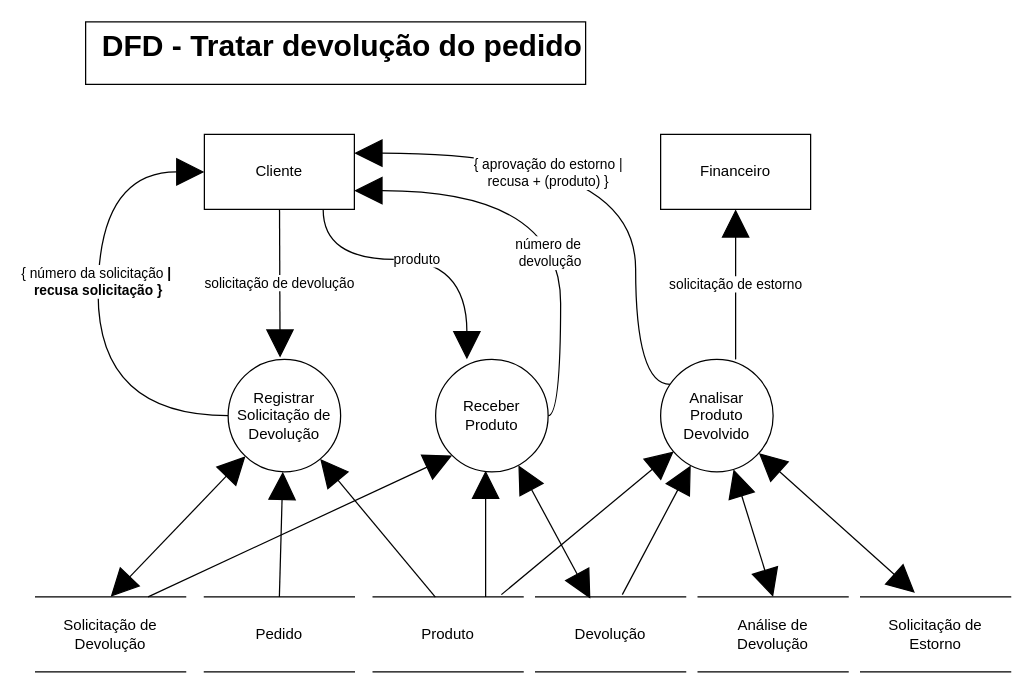
Above: Documentation/Arquivos Editaveis/DFD Tratar devolução do pedido.drawio in Systematicos/FindingApp (draw.io), before the change. Source tidied: cells renumbered, new cells numbered last; positions are measured from the earlier drawing's top-left corner, leaving out a move shared by most shapes. Both pictures are drawn from the tidied source at 125%, with x=0, y=0 at pixel (35, 21).
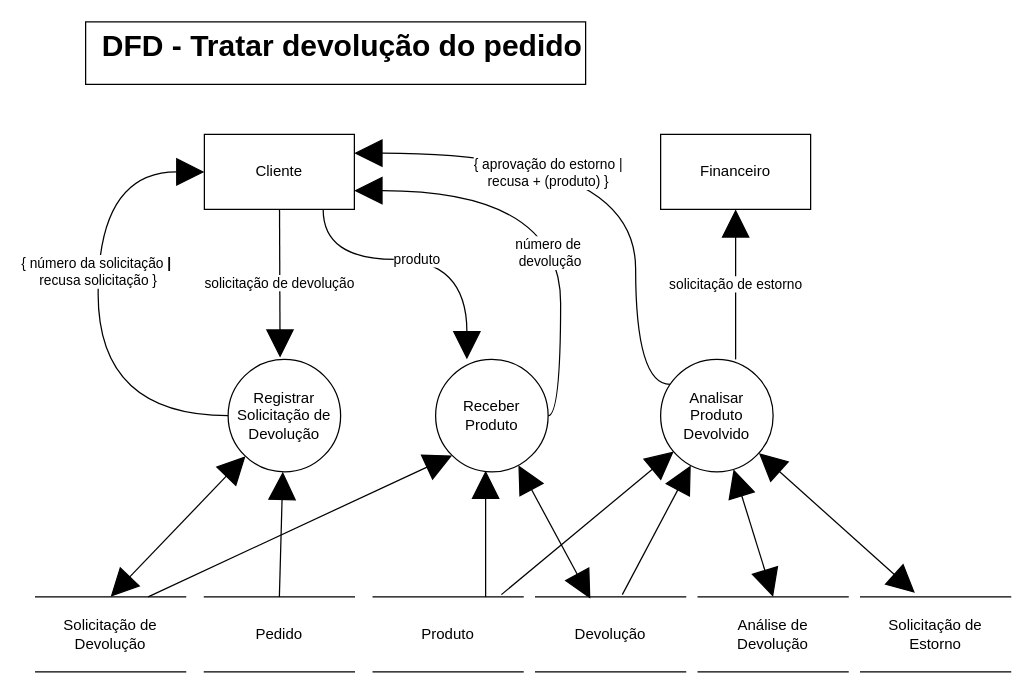
Above is the later version.

Unchanged cells that the change refers to:
```xml
<mxCell id="4" value="Produto" style="shape=partialRectangle;whiteSpace=wrap;html=1;left=0;right=0;fillColor=none;" parent="1" vertex="1">
  <mxGeometry x="270" y="460" width="120" height="60" as="geometry" />
</mxCell>
<mxCell id="10" value="Cliente" style="rounded=0;whiteSpace=wrap;html=1;" parent="1" vertex="1">
  <mxGeometry x="135" y="90" width="120" height="60" as="geometry" />
</mxCell>
<mxCell id="14" value="Registrar Solicitação de Devolução" style="ellipse;whiteSpace=wrap;html=1;fillColor=#FFFFFF;" parent="1" vertex="1">
  <mxGeometry x="154" y="270" width="90" height="90" as="geometry" />
</mxCell>
```

What changed in the source:
```diff
@@
-    <mxCell id="8" value="{ número da solicitação &lt;b&gt;|&amp;nbsp;&lt;br&gt;recusa solicitação }&lt;/b&gt;" style="edgeStyle=orthogonalEdgeStyle;rounded=0;jettySize=auto;html=1;entryX=0;entryY=0.5;entryDx=0;entryDy=0;startArrow=block;startFill=1;startSize=20;endArrow=none;endFill=0;endSize=20;curved=1;exitX=0;exitY=0.5;exitDx=0;exitDy=0;" parent="1" edge="1" source="10" target="14">
-      <mxGeometry x="-0.1" relative="1" as="geometry">
+    <mxCell id="8" value="{ número da solicitação &lt;b&gt;|&amp;nbsp;&lt;/b&gt;&lt;br&gt;recusa solicitação }" style="edgeStyle=orthogonalEdgeStyle;rounded=0;jettySize=auto;html=1;entryX=0;entryY=0.5;entryDx=0;entryDy=0;startArrow=block;startFill=1;startSize=20;endArrow=none;endFill=0;endSize=20;curved=1;exitX=0;exitY=0.5;exitDx=0;exitDy=0;" parent="1" edge="1" source="10" target="14">
+      <mxGeometry x="-0.14" relative="1" as="geometry">
         <Array as="points">
           <mxPoint x="50" y="120" />
           <mxPoint x="50" y="315" />
         </Array>
       </mxGeometry>
     </mxCell>
@@
-    <mxCell id="11" style="rounded=0;jettySize=auto;html=1;entryX=0.415;entryY=0.003;entryDx=0;entryDy=0;entryPerimeter=0;endSize=20;startSize=20;endArrow=none;endFill=0;startArrow=block;startFill=1;" parent="1" edge="1" source="14" target="4">
-      <mxGeometry relative="1" as="geometry" />
-    </mxCell>
```
